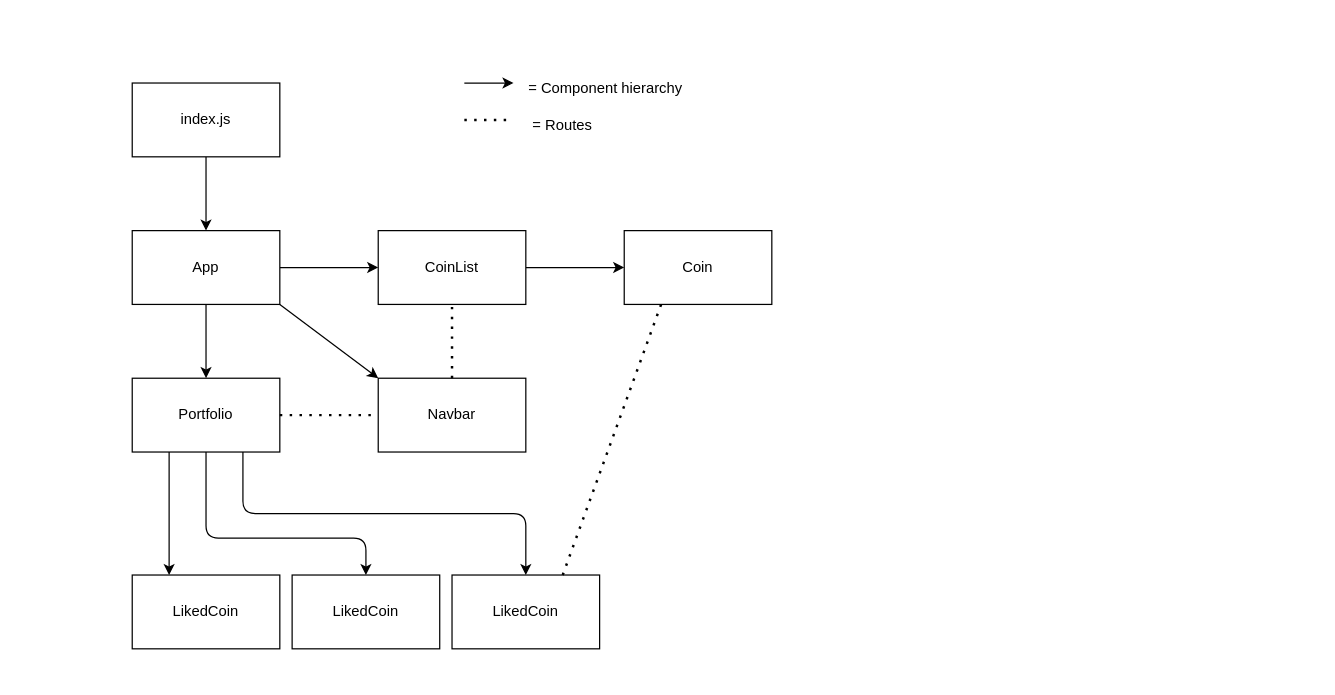
The draw.io diagram v6.drawio in matthewkohn/crypto-explorer, before the edit. Source tidied: cells renumbered, new cells numbered last; positions are measured from the earlier drawing's top-left corner, leaving out a move shared by most shapes. Both pictures are drawn from the tidied source at 123%, with x=0, y=0 at pixel (132, 70).
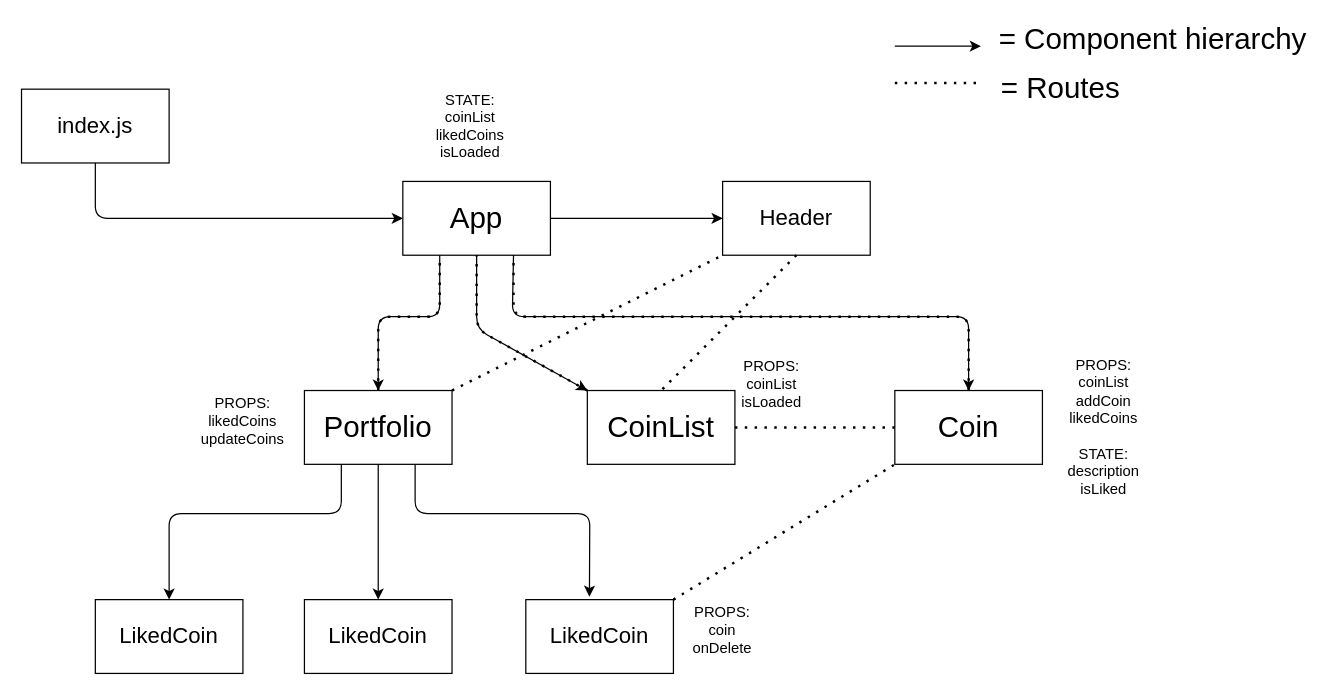
Above is the later version.

Change to the diagram source:
```diff
@@
-    <mxCell id="2" style="edgeStyle=none;html=1;" parent="1" edge="1" source="3" target="6">
-      <mxGeometry relative="1" as="geometry" />
+    <mxCell id="2" style="edgeStyle=none;html=1;entryX=0;entryY=0.5;entryDx=0;entryDy=0;exitX=0.5;exitY=1;exitDx=0;exitDy=0;" parent="1" edge="1" source="3" target="6">
+      <mxGeometry relative="1" as="geometry">
+        <Array as="points">
+          <mxPoint x="-30" y="120" />
+        </Array>
+      </mxGeometry>
     </mxCell>
-    <mxCell id="3" value="index.js" style="rounded=0;whiteSpace=wrap;html=1;" parent="1" vertex="1">
-      <mxGeometry y="10" width="120" height="60" as="geometry" />
+    <mxCell id="3" value="&lt;font style=&quot;font-size: 18px&quot;&gt;index.js&lt;/font&gt;" style="rounded=0;whiteSpace=wrap;html=1;" parent="1" vertex="1">
+      <mxGeometry x="-90" y="15" width="120" height="60" as="geometry" />
     </mxCell>
-    <mxCell id="4" style="edgeStyle=none;html=1;" parent="1" edge="1" source="6" target="8">
-      <mxGeometry relative="1" as="geometry" />
+    <mxCell id="4" style="edgeStyle=none;html=1;exitX=0.25;exitY=1;exitDx=0;exitDy=0;" parent="1" edge="1" source="6" target="8">
+      <mxGeometry relative="1" as="geometry">
+        <Array as="points">
+          <mxPoint x="250" y="200" />
+          <mxPoint x="200" y="200" />
+        </Array>
+      </mxGeometry>
     </mxCell>
-    <mxCell id="5" style="edgeStyle=none;html=1;" parent="1" edge="1" source="6" target="15">
-      <mxGeometry relative="1" as="geometry" />
+    <mxCell id="5" style="edgeStyle=none;html=1;entryX=0;entryY=0;entryDx=0;entryDy=0;exitX=0.5;exitY=1;exitDx=0;exitDy=0;" parent="1" edge="1" source="6" target="15">
+      <mxGeometry relative="1" as="geometry">
+        <Array as="points">
+          <mxPoint x="280" y="210" />
+        </Array>
+      </mxGeometry>
     </mxCell>
-    <mxCell id="6" value="App" style="rounded=0;whiteSpace=wrap;html=1;" parent="1" vertex="1">
-      <mxGeometry y="130" width="120" height="60" as="geometry" />
+    <mxCell id="6" value="&lt;font style=&quot;font-size: 24px&quot;&gt;App&lt;/font&gt;" style="rounded=0;whiteSpace=wrap;html=1;" parent="1" vertex="1">
+      <mxGeometry x="220" y="90" width="120" height="60" as="geometry" />
     </mxCell>
-    <mxCell id="7" style="edgeStyle=none;html=1;entryX=0.25;entryY=0;entryDx=0;entryDy=0;exitX=0.25;exitY=1;exitDx=0;exitDy=0;" parent="1" edge="1" source="8" target="9">
-      <mxGeometry relative="1" as="geometry" />
+    <mxCell id="7" style="edgeStyle=none;html=1;entryX=0.5;entryY=0;entryDx=0;entryDy=0;exitX=0.25;exitY=1;exitDx=0;exitDy=0;" parent="1" edge="1" source="8" target="9">
+      <mxGeometry relative="1" as="geometry">
+        <Array as="points">
+          <mxPoint x="170" y="360" />
+          <mxPoint x="30" y="360" />
+        </Array>
+      </mxGeometry>
     </mxCell>
-    <mxCell id="8" value="Portfolio" style="rounded=0;whiteSpace=wrap;html=1;" parent="1" vertex="1">
-      <mxGeometry y="250" width="120" height="60" as="geometry" />
+    <mxCell id="8" value="&lt;font style=&quot;font-size: 24px&quot;&gt;Portfolio&lt;/font&gt;" style="rounded=0;whiteSpace=wrap;html=1;" parent="1" vertex="1">
+      <mxGeometry x="140" y="260" width="120" height="60" as="geometry" />
     </mxCell>
-    <mxCell id="9" value="LikedCoin" style="rounded=0;whiteSpace=wrap;html=1;" parent="1" vertex="1">
-      <mxGeometry y="410" width="120" height="60" as="geometry" />
+    <mxCell id="9" value="&lt;font style=&quot;font-size: 18px&quot;&gt;LikedCoin&lt;/font&gt;" style="rounded=0;whiteSpace=wrap;html=1;" parent="1" vertex="1">
+      <mxGeometry x="-30" y="430" width="120" height="60" as="geometry" />
     </mxCell>
-    <mxCell id="10" style="edgeStyle=none;html=1;exitX=0.5;exitY=1;exitDx=0;exitDy=0;" parent="1" edge="1" source="8" target="11">
+    <mxCell id="10" style="edgeStyle=none;html=1;exitX=0.5;exitY=1;exitDx=0;exitDy=0;entryX=0.5;entryY=0;entryDx=0;entryDy=0;" parent="1" edge="1" source="8" target="11">
       <mxGeometry relative="1" as="geometry">
         <Array as="points">
-          <mxPoint x="60" y="380" />
-          <mxPoint x="190" y="380" />
+          <mxPoint x="200" y="390" />
         </Array>
       </mxGeometry>
     </mxCell>
-    <mxCell id="11" value="LikedCoin" style="rounded=0;whiteSpace=wrap;html=1;" parent="1" vertex="1">
-      <mxGeometry x="130" y="410" width="120" height="60" as="geometry" />
+    <mxCell id="11" value="&lt;font style=&quot;font-size: 18px&quot;&gt;LikedCoin&lt;/font&gt;" style="rounded=0;whiteSpace=wrap;html=1;" parent="1" vertex="1">
+      <mxGeometry x="140" y="430" width="120" height="60" as="geometry" />
     </mxCell>
-    <mxCell id="12" style="edgeStyle=none;html=1;exitX=0.75;exitY=1;exitDx=0;exitDy=0;" parent="1" edge="1" source="8" target="13">
+    <mxCell id="12" style="edgeStyle=none;html=1;exitX=0.75;exitY=1;exitDx=0;exitDy=0;entryX=0.431;entryY=-0.039;entryDx=0;entryDy=0;entryPerimeter=0;" parent="1" edge="1" source="8" target="13">
       <mxGeometry relative="1" as="geometry">
         <Array as="points">
-          <mxPoint x="90" y="360" />
-          <mxPoint x="320" y="360" />
+          <mxPoint x="230" y="360" />
+          <mxPoint x="372" y="360" />
         </Array>
       </mxGeometry>
     </mxCell>
-    <mxCell id="13" value="LikedCoin" style="rounded=0;whiteSpace=wrap;html=1;" parent="1" vertex="1">
-      <mxGeometry x="260" y="410" width="120" height="60" as="geometry" />
+    <mxCell id="13" value="&lt;font style=&quot;font-size: 18px&quot;&gt;LikedCoin&lt;/font&gt;" style="rounded=0;whiteSpace=wrap;html=1;" parent="1" vertex="1">
+      <mxGeometry x="320" y="430" width="120" height="60" as="geometry" />
     </mxCell>
-    <mxCell id="14" style="edgeStyle=none;html=1;" parent="1" edge="1" source="15" target="16">
-      <mxGeometry relative="1" as="geometry" />
-    </mxCell>
-    <mxCell id="15" value="CoinList" style="rounded=0;whiteSpace=wrap;html=1;" parent="1" vertex="1">
-      <mxGeometry x="200" y="130" width="120" height="60" as="geometry" />
+    <mxCell id="15" value="&lt;font style=&quot;font-size: 24px&quot;&gt;CoinList&lt;/font&gt;" style="rounded=0;whiteSpace=wrap;html=1;" parent="1" vertex="1">
+      <mxGeometry x="370" y="260" width="120" height="60" as="geometry" />
     </mxCell>
-    <mxCell id="16" value="Coin" style="rounded=0;whiteSpace=wrap;html=1;" parent="1" vertex="1">
-      <mxGeometry x="400" y="130" width="120" height="60" as="geometry" />
+    <mxCell id="16" value="&lt;font style=&quot;font-size: 24px&quot;&gt;Coin&lt;/font&gt;" style="rounded=0;whiteSpace=wrap;html=1;" parent="1" vertex="1">
+      <mxGeometry x="620" y="260" width="120" height="60" as="geometry" />
     </mxCell>
-    <mxCell id="17" value="Navbar" style="rounded=0;whiteSpace=wrap;html=1;" parent="1" vertex="1">
-      <mxGeometry x="200" y="250" width="120" height="60" as="geometry" />
+    <mxCell id="17" value="&lt;font style=&quot;font-size: 18px&quot;&gt;Header&lt;/font&gt;" style="rounded=0;whiteSpace=wrap;html=1;" parent="1" vertex="1">
+      <mxGeometry x="480" y="90" width="120" height="60" as="geometry" />
     </mxCell>
-    <mxCell id="18" style="endArrow=none;dashed=1;html=1;dashPattern=1 3;strokeWidth=2;exitX=1;exitY=0.5;exitDx=0;exitDy=0;entryX=0;entryY=0.5;entryDx=0;entryDy=0;" parent="1" edge="1" source="8" target="17">
+    <mxCell id="18" style="endArrow=none;dashed=1;html=1;dashPattern=1 3;strokeWidth=2;exitX=1;exitY=0;exitDx=0;exitDy=0;entryX=0;entryY=1;entryDx=0;entryDy=0;" parent="1" edge="1" source="8" target="17">
       <mxGeometry relative="1" as="geometry" />
     </mxCell>
-    <mxCell id="19" style="endArrow=none;dashed=1;html=1;dashPattern=1 3;strokeWidth=2;entryX=0.5;entryY=1;entryDx=0;entryDy=0;exitX=0.5;exitY=0;exitDx=0;exitDy=0;" parent="1" edge="1" source="17" target="15">
+    <mxCell id="19" style="endArrow=none;dashed=1;html=1;dashPattern=1 3;strokeWidth=2;exitX=0.5;exitY=1;exitDx=0;exitDy=0;entryX=0.5;entryY=0;entryDx=0;entryDy=0;" parent="1" edge="1" source="17" target="15">
       <mxGeometry relative="1" as="geometry" />
     </mxCell>
-    <mxCell id="20" style="endArrow=classic;html=1;entryX=0;entryY=0;entryDx=0;entryDy=0;exitX=1;exitY=1;exitDx=0;exitDy=0;" parent="1" edge="1" source="6" target="17">
-      <mxGeometry relative="1" as="geometry" />
+    <mxCell id="20" style="endArrow=classic;html=1;entryX=0;entryY=0.5;entryDx=0;entryDy=0;exitX=1;exitY=0.5;exitDx=0;exitDy=0;" parent="1" edge="1" source="6" target="17">
+      <mxGeometry relative="1" as="geometry">
+        <Array as="points">
+          <mxPoint x="430" y="120" />
+        </Array>
+      </mxGeometry>
     </mxCell>
-    <mxCell id="21" style="endArrow=none;dashed=1;html=1;dashPattern=1 3;strokeWidth=2;entryX=0.25;entryY=1;entryDx=0;entryDy=0;exitX=0.75;exitY=0;exitDx=0;exitDy=0;" parent="1" edge="1" source="13" target="16">
+    <mxCell id="21" style="endArrow=none;dashed=1;html=1;dashPattern=1 3;strokeWidth=2;entryX=0;entryY=1;entryDx=0;entryDy=0;exitX=1;exitY=0;exitDx=0;exitDy=0;" parent="1" edge="1" source="13" target="16">
       <mxGeometry relative="1" as="geometry" />
     </mxCell>
     <mxCell id="22" style="endArrow=classic;html=1;" parent="1" edge="1">
       <mxGeometry relative="1" as="geometry">
-        <mxPoint x="270" y="10" as="sourcePoint" />
-        <mxPoint x="310" y="10" as="targetPoint" />
+        <mxPoint x="620" y="-20" as="sourcePoint" />
+        <mxPoint x="690" y="-20" as="targetPoint" />
       </mxGeometry>
     </mxCell>
-    <mxCell id="23" value="= Component hierarchy" style="text;html=1;strokeColor=none;fillColor=none;align=center;verticalAlign=middle;whiteSpace=wrap;rounded=0;" parent="1" vertex="1">
-      <mxGeometry x="300" width="170" height="30" as="geometry" />
+    <mxCell id="23" value="&lt;font style=&quot;font-size: 24px&quot;&gt;= Component hierarchy&lt;/font&gt;" style="text;html=1;strokeColor=none;fillColor=none;align=center;verticalAlign=middle;whiteSpace=wrap;rounded=0;" parent="1" vertex="1">
+      <mxGeometry x="700" y="-40" width="260" height="30" as="geometry" />
     </mxCell>
     <mxCell id="24" style="endArrow=none;dashed=1;html=1;dashPattern=1 3;strokeWidth=2;" parent="1" edge="1">
       <mxGeometry relative="1" as="geometry">
-        <mxPoint x="270" y="40" as="sourcePoint" />
-        <mxPoint x="310" y="40" as="targetPoint" />
+        <mxPoint x="620" y="10" as="sourcePoint" />
+        <mxPoint x="690" y="10" as="targetPoint" />
       </mxGeometry>
     </mxCell>
-    <mxCell id="25" value="= Routes" style="text;html=1;strokeColor=none;fillColor=none;align=center;verticalAlign=middle;whiteSpace=wrap;rounded=0;" parent="1" vertex="1">
-      <mxGeometry x="320" y="30" width="60" height="30" as="geometry" />
+    <mxCell id="25" value="&lt;font style=&quot;font-size: 24px&quot;&gt;= Routes&lt;/font&gt;" style="text;html=1;strokeColor=none;fillColor=none;align=center;verticalAlign=middle;whiteSpace=wrap;rounded=0;" parent="1" vertex="1">
+      <mxGeometry x="700" width="110" height="30" as="geometry" />
     </mxCell>
+    <mxCell id="14" style="endArrow=none;dashed=1;html=1;dashPattern=1 3;strokeWidth=2;fontSize=18;entryX=0;entryY=0.5;entryDx=0;entryDy=0;exitX=1;exitY=0.5;exitDx=0;exitDy=0;" parent="1" edge="1" source="15" target="16">
+      <mxGeometry relative="1" as="geometry" />
+    </mxCell>
+    <mxCell id="26" style="endArrow=classic;html=1;fontSize=18;entryX=0.5;entryY=0;entryDx=0;entryDy=0;exitX=0.75;exitY=1;exitDx=0;exitDy=0;" parent="1" edge="1" source="6" target="16">
+      <mxGeometry relative="1" as="geometry">
+        <Array as="points">
+          <mxPoint x="309" y="200" />
+          <mxPoint x="680" y="200" />
+        </Array>
+      </mxGeometry>
+    </mxCell>
+    <mxCell id="27" style="endArrow=none;dashed=1;html=1;dashPattern=1 3;strokeWidth=2;fontSize=18;exitX=0.5;exitY=0;exitDx=0;exitDy=0;entryX=0.25;entryY=1;entryDx=0;entryDy=0;" parent="1" edge="1" source="8" target="6">
+      <mxGeometry relative="1" as="geometry">
+        <Array as="points">
+          <mxPoint x="200" y="200" />
+          <mxPoint x="250" y="200" />
+        </Array>
+      </mxGeometry>
+    </mxCell>
+    <mxCell id="28" style="endArrow=none;dashed=1;html=1;dashPattern=1 3;strokeWidth=2;exitX=0;exitY=0;exitDx=0;exitDy=0;entryX=0.5;entryY=1;entryDx=0;entryDy=0;" parent="1" edge="1" source="15" target="6">
+      <mxGeometry relative="1" as="geometry">
+        <Array as="points">
+          <mxPoint x="280" y="210" />
+        </Array>
+      </mxGeometry>
+    </mxCell>
+    <mxCell id="29" style="endArrow=none;dashed=1;html=1;dashPattern=1 3;strokeWidth=2;exitX=0.5;exitY=0;exitDx=0;exitDy=0;entryX=0.75;entryY=1;entryDx=0;entryDy=0;" parent="1" edge="1" source="16" target="6">
+      <mxGeometry relative="1" as="geometry">
+        <Array as="points">
+          <mxPoint x="680" y="200" />
+          <mxPoint x="310" y="200" />
+        </Array>
+      </mxGeometry>
+    </mxCell>
+    <mxCell id="30" value="STATE:&lt;br&gt;coinList&lt;br&gt;likedCoins&lt;br&gt;isLoaded" style="text;html=1;strokeColor=none;fillColor=none;align=center;verticalAlign=middle;whiteSpace=wrap;rounded=0;" parent="1" vertex="1">
+      <mxGeometry x="245" y="30" width="60" height="30" as="geometry" />
+    </mxCell>
+    <mxCell id="31" value="PROPS:&lt;br&gt;likedCoins&lt;br&gt;updateCoins" style="text;html=1;strokeColor=none;fillColor=none;align=center;verticalAlign=middle;whiteSpace=wrap;rounded=0;" parent="1" vertex="1">
+      <mxGeometry x="60" y="270" width="60" height="30" as="geometry" />
+    </mxCell>
+    <mxCell id="32" value="PROPS:&lt;br&gt;coinList&lt;br&gt;isLoaded" style="text;html=1;strokeColor=none;fillColor=none;align=center;verticalAlign=middle;whiteSpace=wrap;rounded=0;" parent="1" vertex="1">
+      <mxGeometry x="490" y="240" width="60" height="30" as="geometry" />
+    </mxCell>
+    <mxCell id="33" value="PROPS:&lt;br&gt;coinList&lt;br&gt;addCoin&lt;br&gt;likedCoins&lt;br&gt;&lt;br&gt;STATE:&lt;br&gt;description&lt;br&gt;isLiked" style="text;html=1;strokeColor=none;fillColor=none;align=center;verticalAlign=middle;whiteSpace=wrap;rounded=0;" parent="1" vertex="1">
+      <mxGeometry x="750" y="225" width="80" height="130" as="geometry" />
+    </mxCell>
+    <mxCell id="34" value="PROPS:&lt;br&gt;coin&lt;br&gt;onDelete" style="text;html=1;strokeColor=none;fillColor=none;align=center;verticalAlign=middle;whiteSpace=wrap;rounded=0;" parent="1" vertex="1">
+      <mxGeometry x="450" y="440" width="60" height="30" as="geometry" />
+    </mxCell>
```
